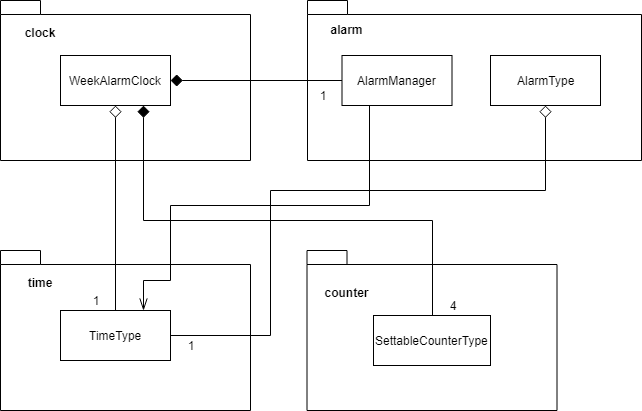
This is oodp-lab-2/documentation/uml_boundaries.png from ThomasLundgren/OODP, a draw.io export, as it was before one commit. Source tidied: cells renumbered, new cells last; positions are measured from the earlier drawing's top-left corner, leaving out a move shared by most shapes. The source it was exported from:
```xml
<mxGraphModel>
  <root>
    <mxCell id="0" />
    <mxCell id="1" parent="0" />
    <mxCell id="2" style="shape=folder;fontStyle=1;spacingTop=10;tabWidth=40;tabHeight=14;tabPosition=left;html=1;" parent="1" vertex="1">
      <mxGeometry width="250" height="160" as="geometry" />
    </mxCell>
    <mxCell id="3" style="shape=folder;fontStyle=1;spacingTop=10;tabWidth=40;tabHeight=14;tabPosition=left;html=1;" parent="1" vertex="1">
      <mxGeometry x="307" width="334" height="160" as="geometry" />
    </mxCell>
    <mxCell id="4" style="shape=folder;fontStyle=1;spacingTop=10;tabWidth=40;tabHeight=14;tabPosition=left;html=1;" parent="1" vertex="1">
      <mxGeometry y="250" width="250" height="160" as="geometry" />
    </mxCell>
    <mxCell id="5" style="edgeStyle=orthogonalEdgeStyle;rounded=0;jettySize=auto;html=1;exitX=1;exitY=0.5;exitDx=0;exitDy=0;endArrow=none;endFill=0;startArrow=diamond;startFill=1;startSize=10;" parent="1" edge="1" source="7" target="9">
      <mxGeometry relative="1" as="geometry" />
    </mxCell>
    <mxCell id="6" style="edgeStyle=orthogonalEdgeStyle;rounded=0;jettySize=auto;html=1;exitX=0.5;exitY=1;exitDx=0;exitDy=0;startArrow=diamond;startFill=0;startSize=10;endArrow=none;endFill=0;" parent="1" edge="1" source="7" target="10">
      <mxGeometry relative="1" as="geometry" />
    </mxCell>
    <mxCell id="7" value="WeekAlarmClock" style="html=1;" parent="1" vertex="1">
      <mxGeometry x="60" y="55" width="110" height="50" as="geometry" />
    </mxCell>
    <mxCell id="8" style="edgeStyle=orthogonalEdgeStyle;rounded=0;jettySize=auto;html=1;exitX=0.25;exitY=1;exitDx=0;exitDy=0;entryX=0.75;entryY=0;entryDx=0;entryDy=0;startArrow=none;startFill=0;startSize=10;endArrow=openThin;endFill=0;endSize=10;" parent="1" edge="1" source="9" target="10">
      <mxGeometry relative="1" as="geometry">
        <Array as="points">
          <mxPoint x="369" y="205" />
          <mxPoint x="170" y="205" />
          <mxPoint x="170" y="280" />
          <mxPoint x="143" y="280" />
        </Array>
      </mxGeometry>
    </mxCell>
    <mxCell id="9" value="AlarmManager" style="html=1;" parent="1" vertex="1">
      <mxGeometry x="341.5" y="55" width="110" height="50" as="geometry" />
    </mxCell>
    <mxCell id="10" value="TimeType" style="html=1;" parent="1" vertex="1">
      <mxGeometry x="60" y="310" width="110" height="50" as="geometry" />
    </mxCell>
    <mxCell id="11" value="clock" style="text;align=center;fontStyle=1;verticalAlign=middle;spacingLeft=3;spacingRight=3;strokeColor=none;" parent="1" vertex="1">
      <mxGeometry y="20" width="80" height="26" as="geometry" />
    </mxCell>
    <mxCell id="12" value="alarm" style="text;align=center;fontStyle=1;verticalAlign=middle;spacingLeft=3;spacingRight=3;strokeColor=none;" parent="1" vertex="1">
      <mxGeometry x="306.5" y="17" width="80" height="26" as="geometry" />
    </mxCell>
    <mxCell id="13" value="time" style="text;align=center;fontStyle=1;verticalAlign=middle;spacingLeft=3;spacingRight=3;strokeColor=none;" parent="1" vertex="1">
      <mxGeometry y="270" width="80" height="26" as="geometry" />
    </mxCell>
    <mxCell id="14" style="shape=folder;fontStyle=1;spacingTop=10;tabWidth=40;tabHeight=14;tabPosition=left;html=1;" parent="1" vertex="1">
      <mxGeometry x="306.5" y="250" width="250" height="160" as="geometry" />
    </mxCell>
    <mxCell id="15" style="edgeStyle=orthogonalEdgeStyle;rounded=0;jettySize=auto;html=1;exitX=0.5;exitY=0;exitDx=0;exitDy=0;entryX=0.75;entryY=1;entryDx=0;entryDy=0;startArrow=none;startFill=0;startSize=10;endArrow=diamond;endFill=1;endSize=10;" parent="1" edge="1" source="16" target="7">
      <mxGeometry relative="1" as="geometry">
        <Array as="points">
          <mxPoint x="432" y="220" />
          <mxPoint x="143" y="220" />
        </Array>
      </mxGeometry>
    </mxCell>
    <mxCell id="16" value="SettableCounterType" style="html=1;" parent="1" vertex="1">
      <mxGeometry x="373" y="315" width="117" height="50" as="geometry" />
    </mxCell>
    <mxCell id="17" value="counter" style="text;align=center;fontStyle=1;verticalAlign=middle;spacingLeft=3;spacingRight=3;strokeColor=none;" parent="1" vertex="1">
      <mxGeometry x="306.5" y="280" width="80" height="26" as="geometry" />
    </mxCell>
    <mxCell id="18" value="4" style="text;html=1;strokeColor=none;fillColor=none;align=center;verticalAlign=middle;whiteSpace=wrap;rounded=0;" parent="1" vertex="1">
      <mxGeometry x="431.5" y="295" width="40" height="20" as="geometry" />
    </mxCell>
    <mxCell id="19" value="1" style="text;html=1;strokeColor=none;fillColor=none;align=center;verticalAlign=middle;whiteSpace=wrap;rounded=0;" parent="1" vertex="1">
      <mxGeometry x="301.5" y="85" width="40" height="20" as="geometry" />
    </mxCell>
    <mxCell id="20" value="1" style="text;html=1;strokeColor=none;fillColor=none;align=center;verticalAlign=middle;whiteSpace=wrap;rounded=0;" parent="1" vertex="1">
      <mxGeometry x="75" y="290" width="40" height="20" as="geometry" />
    </mxCell>
    <mxCell id="21" style="edgeStyle=orthogonalEdgeStyle;rounded=0;jettySize=auto;html=1;exitX=0.5;exitY=1;exitDx=0;exitDy=0;entryX=1;entryY=0.5;entryDx=0;entryDy=0;startArrow=diamond;startFill=0;startSize=10;endArrow=none;endFill=0;endSize=10;" parent="1" edge="1" source="22" target="10">
      <mxGeometry relative="1" as="geometry">
        <Array as="points">
          <mxPoint x="545" y="190" />
          <mxPoint x="270" y="190" />
          <mxPoint x="270" y="335" />
        </Array>
      </mxGeometry>
    </mxCell>
    <mxCell id="22" value="AlarmType" style="html=1;" parent="1" vertex="1">
      <mxGeometry x="490" y="55" width="110" height="50" as="geometry" />
    </mxCell>
    <mxCell id="23" value="1" style="text;html=1;strokeColor=none;fillColor=none;align=center;verticalAlign=middle;whiteSpace=wrap;rounded=0;" parent="1" vertex="1">
      <mxGeometry x="170" y="335" width="40" height="20" as="geometry" />
    </mxCell>
  </root>
</mxGraphModel>
```
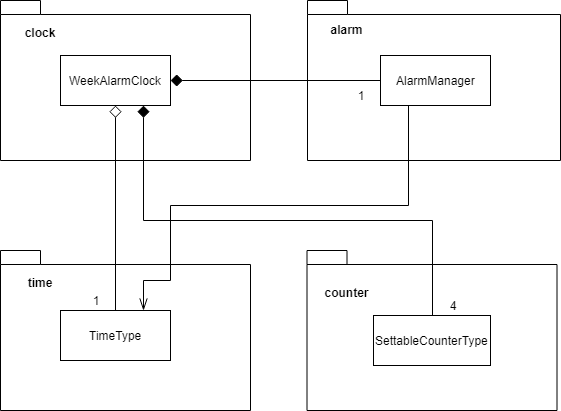
The same diagram one commit later.

Diff of the diagram source:
```diff
@@ -6,7 +6,7 @@
       <mxGeometry width="250" height="160" as="geometry" />
     </mxCell>
     <mxCell id="3" style="shape=folder;fontStyle=1;spacingTop=10;tabWidth=40;tabHeight=14;tabPosition=left;html=1;" parent="1" vertex="1">
-      <mxGeometry x="307" width="334" height="160" as="geometry" />
+      <mxGeometry x="307" width="253" height="160" as="geometry" />
     </mxCell>
     <mxCell id="4" style="shape=folder;fontStyle=1;spacingTop=10;tabWidth=40;tabHeight=14;tabPosition=left;html=1;" parent="1" vertex="1">
       <mxGeometry y="250" width="250" height="160" as="geometry" />
@@ -23,7 +23,7 @@
     <mxCell id="8" style="edgeStyle=orthogonalEdgeStyle;rounded=0;jettySize=auto;html=1;exitX=0.25;exitY=1;exitDx=0;exitDy=0;entryX=0.75;entryY=0;entryDx=0;entryDy=0;startArrow=none;startFill=0;startSize=10;endArrow=openThin;endFill=0;endSize=10;" parent="1" edge="1" source="9" target="10">
       <mxGeometry relative="1" as="geometry">
         <Array as="points">
-          <mxPoint x="369" y="205" />
+          <mxPoint x="408" y="205" />
           <mxPoint x="170" y="205" />
           <mxPoint x="170" y="280" />
           <mxPoint x="143" y="280" />
@@ -31,7 +31,7 @@
       </mxGeometry>
     </mxCell>
     <mxCell id="9" value="AlarmManager" style="html=1;" parent="1" vertex="1">
-      <mxGeometry x="341.5" y="55" width="110" height="50" as="geometry" />
+      <mxGeometry x="380" y="55" width="110" height="50" as="geometry" />
     </mxCell>
     <mxCell id="10" value="TimeType" style="html=1;" parent="1" vertex="1">
       <mxGeometry x="60" y="310" width="110" height="50" as="geometry" />
@@ -66,25 +66,10 @@
       <mxGeometry x="431.5" y="295" width="40" height="20" as="geometry" />
     </mxCell>
     <mxCell id="19" value="1" style="text;html=1;strokeColor=none;fillColor=none;align=center;verticalAlign=middle;whiteSpace=wrap;rounded=0;" parent="1" vertex="1">
-      <mxGeometry x="301.5" y="85" width="40" height="20" as="geometry" />
+      <mxGeometry x="340" y="85" width="40" height="20" as="geometry" />
     </mxCell>
     <mxCell id="20" value="1" style="text;html=1;strokeColor=none;fillColor=none;align=center;verticalAlign=middle;whiteSpace=wrap;rounded=0;" parent="1" vertex="1">
       <mxGeometry x="75" y="290" width="40" height="20" as="geometry" />
     </mxCell>
-    <mxCell id="21" style="edgeStyle=orthogonalEdgeStyle;rounded=0;jettySize=auto;html=1;exitX=0.5;exitY=1;exitDx=0;exitDy=0;entryX=1;entryY=0.5;entryDx=0;entryDy=0;startArrow=diamond;startFill=0;startSize=10;endArrow=none;endFill=0;endSize=10;" parent="1" edge="1" source="22" target="10">
-      <mxGeometry relative="1" as="geometry">
-        <Array as="points">
-          <mxPoint x="545" y="190" />
-          <mxPoint x="270" y="190" />
-          <mxPoint x="270" y="335" />
-        </Array>
-      </mxGeometry>
-    </mxCell>
-    <mxCell id="22" value="AlarmType" style="html=1;" parent="1" vertex="1">
-      <mxGeometry x="490" y="55" width="110" height="50" as="geometry" />
-    </mxCell>
-    <mxCell id="23" value="1" style="text;html=1;strokeColor=none;fillColor=none;align=center;verticalAlign=middle;whiteSpace=wrap;rounded=0;" parent="1" vertex="1">
-      <mxGeometry x="170" y="335" width="40" height="20" as="geometry" />
-    </mxCell>
   </root>
 </mxGraphModel>
```
